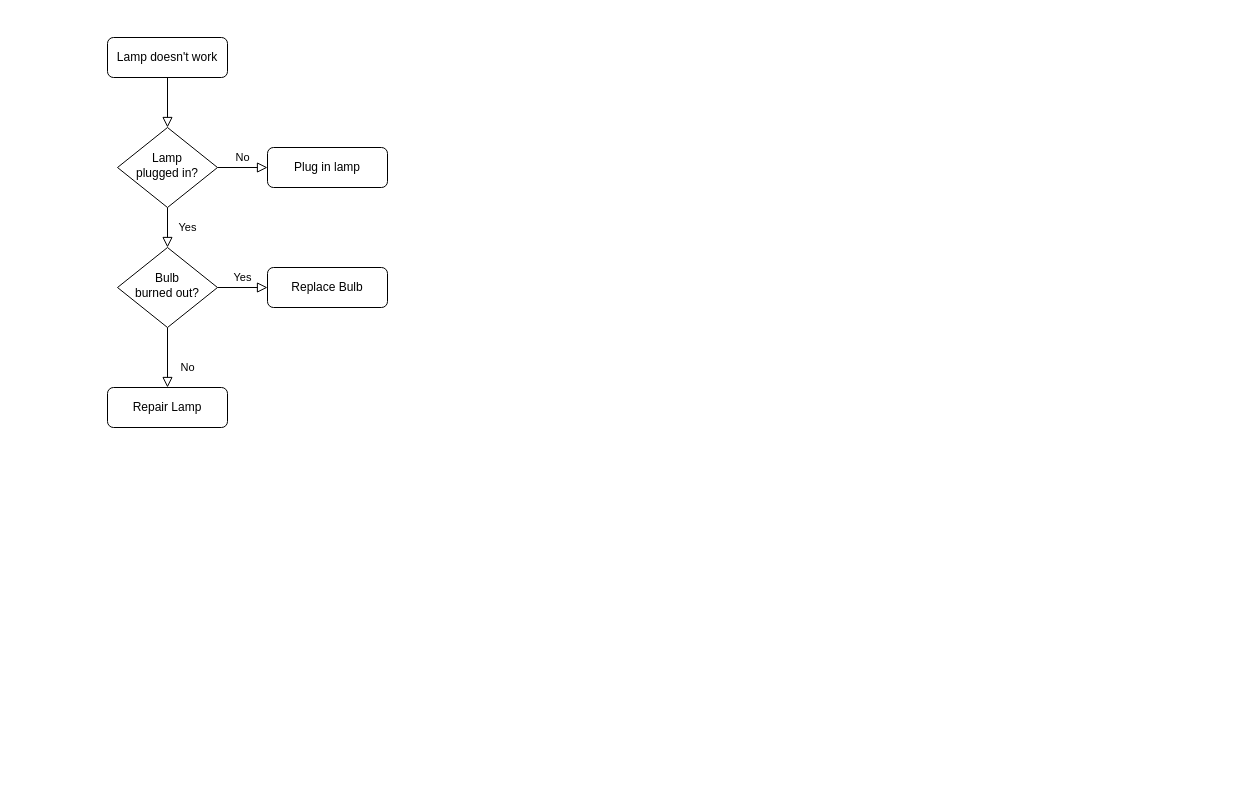
Earlier version of the draw.io diagram Untitled Diagram.drawio (trungdqt17/myproject). Source tidied: cells renumbered, new cells numbered last; positions are measured from the earlier drawing's top-left corner, leaving out a move shared by most shapes. Both pictures are drawn from the tidied source at 100%, with x=0, y=0 at pixel (107, 37).
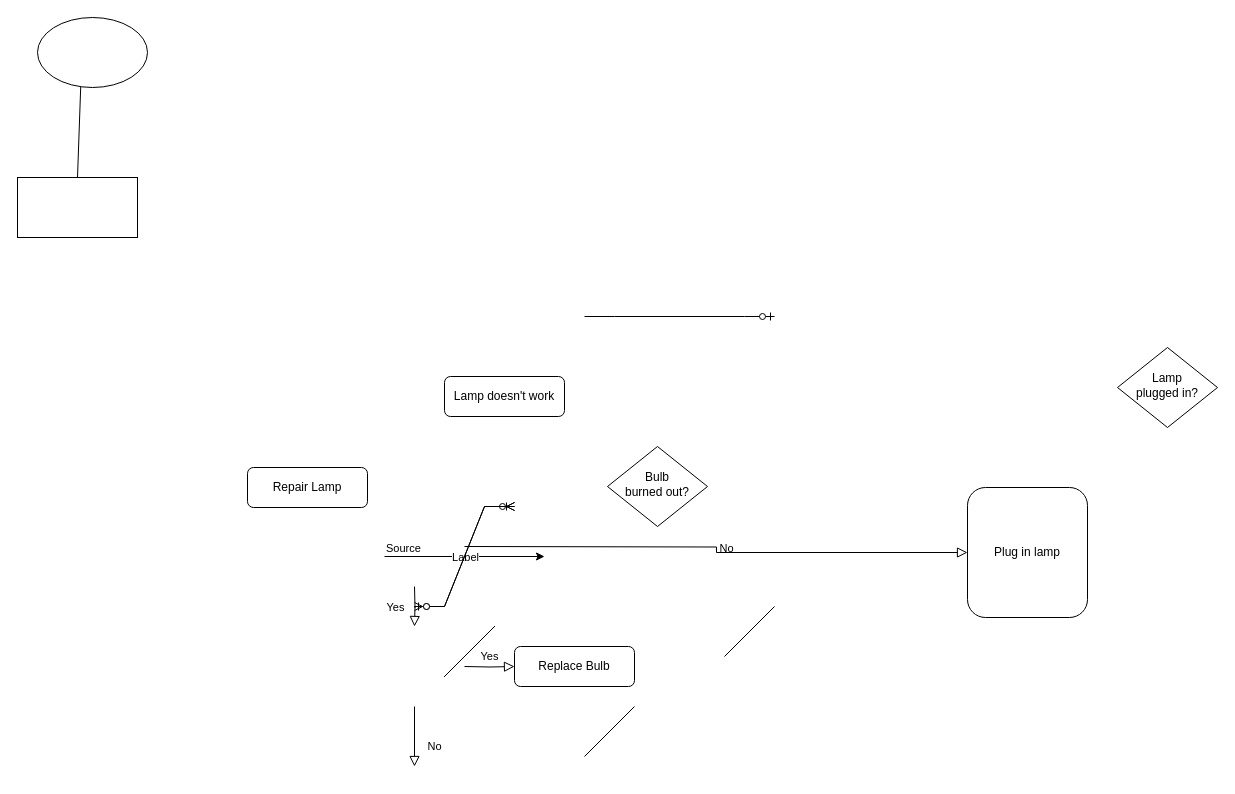
The same page after the edit.

What changed in the source:
```diff
@@
-    <mxCell id="2" style="rounded=0;html=1;jettySize=auto;fontSize=11;endArrow=block;endFill=0;endSize=8;strokeWidth=1;shadow=0;labelBackgroundColor=none;edgeStyle=orthogonalEdgeStyle;" parent="1" edge="1" source="3" target="6">
-      <mxGeometry relative="1" as="geometry" />
-    </mxCell>
     <mxCell id="3" value="Lamp doesn't work" style="rounded=1;whiteSpace=wrap;html=1;fontSize=12;glass=0;strokeWidth=1;shadow=0;" parent="1" vertex="1">
-      <mxGeometry width="120" height="40" as="geometry" />
+      <mxGeometry x="337" y="339" width="120" height="40" as="geometry" />
     </mxCell>
-    <mxCell id="4" value="Yes" style="rounded=0;html=1;jettySize=auto;fontSize=11;endArrow=block;endFill=0;endSize=8;strokeWidth=1;shadow=0;labelBackgroundColor=none;edgeStyle=orthogonalEdgeStyle;" parent="1" edge="1" source="6" target="10">
-      <mxGeometry y="20" relative="1" as="geometry" />
+    <mxCell id="4" value="Yes" style="rounded=0;html=1;jettySize=auto;orthogonalLoop=1;fontSize=11;endArrow=block;endFill=0;endSize=8;strokeWidth=1;shadow=0;labelBackgroundColor=none;edgeStyle=orthogonalEdgeStyle;" parent="1" edge="1">
+      <mxGeometry y="20" relative="1" as="geometry">
+        <mxPoint x="307" y="549" as="sourcePoint" />
+        <mxPoint x="307" y="589" as="targetPoint" />
+      </mxGeometry>
     </mxCell>
-    <mxCell id="5" value="No" style="edgeStyle=orthogonalEdgeStyle;rounded=0;html=1;jettySize=auto;fontSize=11;endArrow=block;endFill=0;endSize=8;strokeWidth=1;shadow=0;labelBackgroundColor=none;" parent="1" edge="1" source="6" target="7">
-      <mxGeometry y="10" relative="1" as="geometry" />
+    <mxCell id="5" value="No" style="edgeStyle=orthogonalEdgeStyle;rounded=0;html=1;jettySize=auto;fontSize=11;endArrow=block;endFill=0;endSize=8;strokeWidth=1;shadow=0;labelBackgroundColor=none;" parent="1" edge="1" target="7">
+      <mxGeometry y="10" relative="1" as="geometry">
+        <mxPoint x="357" y="509" as="sourcePoint" />
+      </mxGeometry>
     </mxCell>
     <mxCell id="6" value="Lamp&lt;br&gt;plugged in?" style="rhombus;whiteSpace=wrap;html=1;shadow=0;fontFamily=Helvetica;fontSize=12;align=center;strokeWidth=1;spacing=6;spacingTop=-4;" parent="1" vertex="1">
-      <mxGeometry x="10" y="90" width="100" height="80" as="geometry" />
+      <mxGeometry x="1010" y="310" width="100" height="80" as="geometry" />
     </mxCell>
     <mxCell id="7" value="Plug in lamp" style="rounded=1;whiteSpace=wrap;html=1;fontSize=12;glass=0;strokeWidth=1;shadow=0;" parent="1" vertex="1">
-      <mxGeometry x="160" y="110" width="120" height="40" as="geometry" />
+      <mxGeometry x="860" y="450" width="120" height="130" as="geometry" />
     </mxCell>
-    <mxCell id="8" value="No" style="rounded=0;html=1;jettySize=auto;fontSize=11;endArrow=block;endFill=0;endSize=8;strokeWidth=1;shadow=0;labelBackgroundColor=none;edgeStyle=orthogonalEdgeStyle;" parent="1" edge="1" source="10" target="11">
-      <mxGeometry x="0.33" y="20" relative="1" as="geometry" />
+    <mxCell id="8" value="No" style="rounded=0;html=1;jettySize=auto;orthogonalLoop=1;fontSize=11;endArrow=block;endFill=0;endSize=8;strokeWidth=1;shadow=0;labelBackgroundColor=none;edgeStyle=orthogonalEdgeStyle;" parent="1" edge="1">
+      <mxGeometry x="0.33" y="20" relative="1" as="geometry">
+        <mxPoint x="307" y="669" as="sourcePoint" />
+        <mxPoint x="307" y="729" as="targetPoint" />
+      </mxGeometry>
     </mxCell>
-    <mxCell id="9" value="Yes" style="edgeStyle=orthogonalEdgeStyle;rounded=0;html=1;jettySize=auto;fontSize=11;endArrow=block;endFill=0;endSize=8;strokeWidth=1;shadow=0;labelBackgroundColor=none;" parent="1" edge="1" source="10" target="12">
-      <mxGeometry y="10" relative="1" as="geometry" />
+    <mxCell id="9" value="Yes" style="edgeStyle=orthogonalEdgeStyle;rounded=0;html=1;jettySize=auto;fontSize=11;endArrow=block;endFill=0;endSize=8;strokeWidth=1;shadow=0;labelBackgroundColor=none;" parent="1" edge="1" target="12">
+      <mxGeometry y="10" relative="1" as="geometry">
+        <mxPoint x="357" y="629" as="sourcePoint" />
+      </mxGeometry>
     </mxCell>
     <mxCell id="10" value="Bulb&lt;br&gt;burned out?" style="rhombus;whiteSpace=wrap;html=1;shadow=0;fontFamily=Helvetica;fontSize=12;align=center;strokeWidth=1;spacing=6;spacingTop=-4;" parent="1" vertex="1">
-      <mxGeometry x="10" y="210" width="100" height="80" as="geometry" />
+      <mxGeometry x="500" y="409" width="100" height="80" as="geometry" />
     </mxCell>
     <mxCell id="11" value="Repair Lamp" style="rounded=1;whiteSpace=wrap;html=1;fontSize=12;glass=0;strokeWidth=1;shadow=0;" parent="1" vertex="1">
-      <mxGeometry y="350" width="120" height="40" as="geometry" />
+      <mxGeometry x="140" y="430" width="120" height="40" as="geometry" />
     </mxCell>
     <mxCell id="12" value="Replace Bulb" style="rounded=1;whiteSpace=wrap;html=1;fontSize=12;glass=0;strokeWidth=1;shadow=0;" parent="1" vertex="1">
-      <mxGeometry x="160" y="230" width="120" height="40" as="geometry" />
+      <mxGeometry x="407" y="609" width="120" height="40" as="geometry" />
     </mxCell>
+    <mxCell id="13" style="endArrow=none;html=1;rounded=0;" parent="1" edge="1">
+      <mxGeometry relative="1" as="geometry">
+        <mxPoint x="477" y="719" as="sourcePoint" />
+        <mxPoint x="527" y="669" as="targetPoint" />
+      </mxGeometry>
+    </mxCell>
+    <mxCell id="14" style="endArrow=none;html=1;rounded=0;exitX=0.5;exitY=0;exitDx=0;exitDy=0;entryX=0.393;entryY=0.982;entryDx=0;entryDy=0;entryPerimeter=0;" parent="1" edge="1" source="27" target="15">
+      <mxGeometry relative="1" as="geometry" />
+    </mxCell>
+    <mxCell id="15" style="ellipse;whiteSpace=wrap;html=1;" parent="1" vertex="1">
+      <mxGeometry x="-70" y="-20" width="110" height="70" as="geometry" />
+    </mxCell>
+    <mxCell id="16" style="endArrow=none;html=1;rounded=0;" parent="1" edge="1">
+      <mxGeometry relative="1" as="geometry">
+        <mxPoint x="337" y="639" as="sourcePoint" />
+        <mxPoint x="387" y="589" as="targetPoint" />
+      </mxGeometry>
+    </mxCell>
+    <mxCell id="17" style="endArrow=none;html=1;rounded=0;" parent="1" edge="1">
+      <mxGeometry relative="1" as="geometry">
+        <mxPoint x="337" y="639" as="sourcePoint" />
+        <mxPoint x="387" y="589" as="targetPoint" />
+      </mxGeometry>
+    </mxCell>
+    <mxCell id="18" style="endArrow=none;html=1;rounded=0;" parent="1" edge="1">
+      <mxGeometry relative="1" as="geometry">
+        <mxPoint x="337" y="639" as="sourcePoint" />
+        <mxPoint x="387" y="589" as="targetPoint" />
+      </mxGeometry>
+    </mxCell>
+    <mxCell id="19" style="endArrow=none;html=1;rounded=0;" parent="1" edge="1">
+      <mxGeometry relative="1" as="geometry">
+        <mxPoint x="337" y="639" as="sourcePoint" />
+        <mxPoint x="387" y="589" as="targetPoint" />
+      </mxGeometry>
+    </mxCell>
+    <mxCell id="20" style="endArrow=none;html=1;rounded=0;" parent="1" edge="1">
+      <mxGeometry relative="1" as="geometry">
+        <mxPoint x="617" y="619" as="sourcePoint" />
+        <mxPoint x="667" y="569" as="targetPoint" />
+      </mxGeometry>
+    </mxCell>
+    <mxCell id="21" style="endArrow=classic;html=1;rounded=0;" parent="1" edge="1">
+      <mxGeometry relative="1" as="geometry">
+        <mxPoint x="277" y="519" as="sourcePoint" />
+        <mxPoint x="437" y="519" as="targetPoint" />
+      </mxGeometry>
+    </mxCell>
+    <mxCell id="22" value="Label" style="edgeLabel;html=1;align=center;verticalAlign=middle;" parent="21" vertex="1">
+      <mxGeometry relative="1" as="geometry" />
+    </mxCell>
+    <mxCell id="23" value="Source" style="edgeLabel;html=1;align=left;verticalAlign=bottom;" parent="21" vertex="1">
+      <mxGeometry x="-1" relative="1" as="geometry" />
+    </mxCell>
+    <mxCell id="24" style="edgeStyle=entityRelationEdgeStyle;fontSize=12;html=1;endArrow=ERzeroToOne;endFill=1;rounded=0;" parent="1" edge="1">
+      <mxGeometry relative="1" as="geometry">
+        <mxPoint x="477" y="279" as="sourcePoint" />
+        <mxPoint x="667" y="279" as="targetPoint" />
+        <Array as="points">
+          <mxPoint x="827" y="179" />
+          <mxPoint x="857" y="129" />
+        </Array>
+      </mxGeometry>
+    </mxCell>
+    <mxCell id="25" style="edgeStyle=entityRelationEdgeStyle;fontSize=12;html=1;endArrow=ERzeroToMany;endFill=1;startArrow=ERzeroToMany;rounded=0;" parent="1" edge="1">
+      <mxGeometry relative="1" as="geometry">
+        <mxPoint x="307" y="569" as="sourcePoint" />
+        <mxPoint x="407" y="469" as="targetPoint" />
+      </mxGeometry>
+    </mxCell>
+    <mxCell id="26" style="edgeStyle=entityRelationEdgeStyle;fontSize=12;html=1;endArrow=ERoneToMany;startArrow=ERzeroToOne;rounded=0;" parent="1" edge="1">
+      <mxGeometry relative="1" as="geometry">
+        <mxPoint x="307" y="569" as="sourcePoint" />
+        <mxPoint x="407" y="469" as="targetPoint" />
+      </mxGeometry>
+    </mxCell>
+    <mxCell id="27" style="rounded=0;whiteSpace=wrap;html=1;" parent="1" vertex="1">
+      <mxGeometry x="-90" y="140" width="120" height="60" as="geometry" />
+    </mxCell>
```
